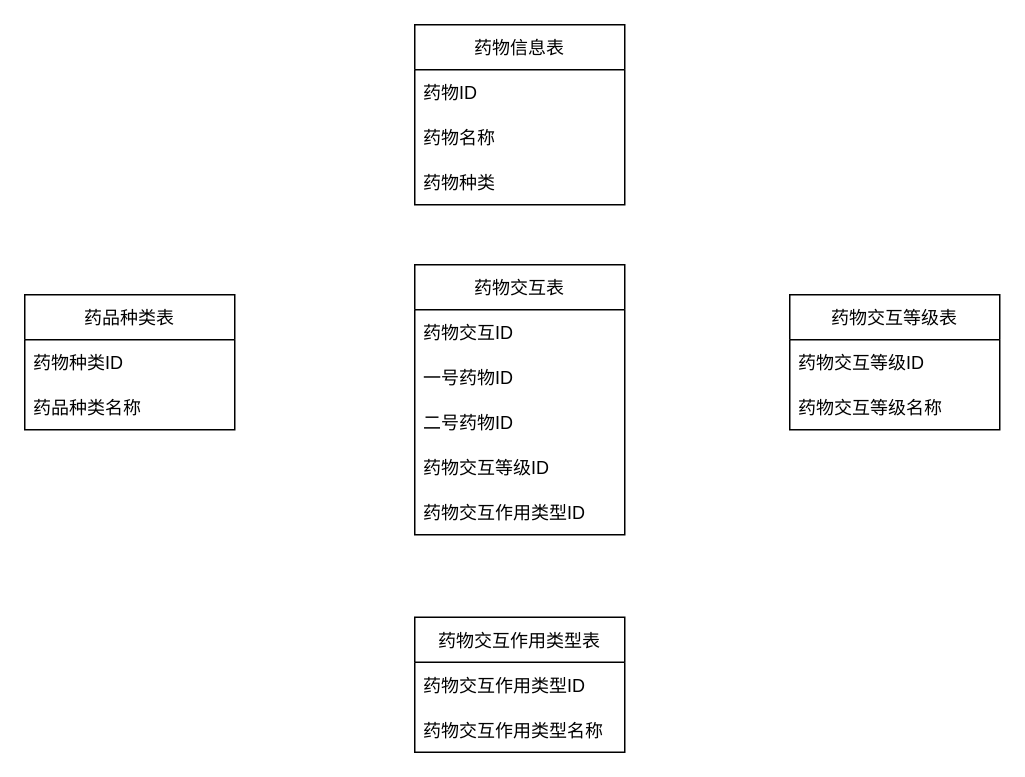
The draw.io diagram Untitled Diagram.drawio in YIYUN342/pygcn, before the edit. Source tidied: cells renumbered, new cells numbered last; positions are measured from the earlier drawing's top-left corner, leaving out a move shared by most shapes. Both pictures are drawn from the tidied source at 150%, with x=0, y=0 at pixel (24, 24).
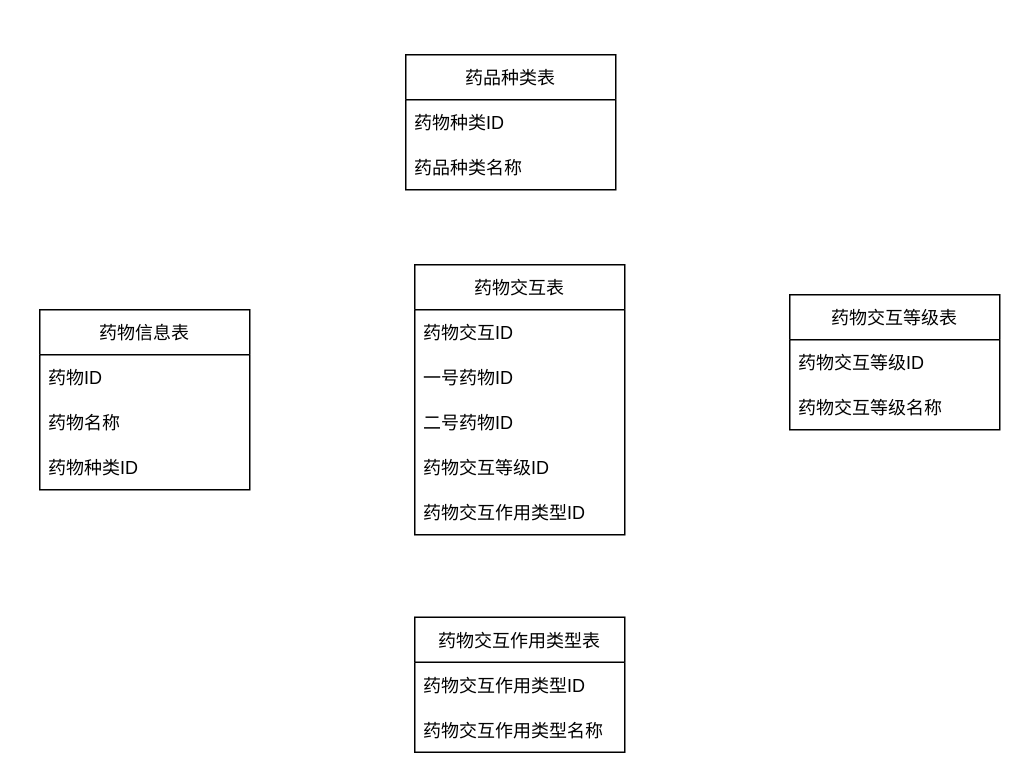
Above is the later version.

Change to the diagram source:
```diff
@@
     <mxCell id="2" value="药物信息表" style="swimlane;fontStyle=0;horizontal=1;startSize=30;" parent="1" vertex="1">
-      <mxGeometry x="260" width="140" height="120" as="geometry" />
+      <mxGeometry x="10" y="190" width="140" height="120" as="geometry" />
     </mxCell>
@@
-    <mxCell id="5" value="药物种类" style="text;strokeColor=none;fillColor=none;align=left;verticalAlign=middle;spacingLeft=4;spacingRight=4;overflow=hidden;" parent="2" vertex="1">
+    <mxCell id="5" value="药物种类ID" style="text;strokeColor=none;fillColor=none;align=left;verticalAlign=middle;spacingLeft=4;spacingRight=4;overflow=hidden;" parent="2" vertex="1">
       <mxGeometry y="90" width="140" height="30" as="geometry" />
     </mxCell>
     <mxCell id="6" value="药品种类表" style="swimlane;fontStyle=0;horizontal=1;startSize=30;" parent="1" vertex="1">
-      <mxGeometry y="180" width="140" height="90" as="geometry" />
+      <mxGeometry x="254" y="20" width="140" height="90" as="geometry" />
     </mxCell>
```
